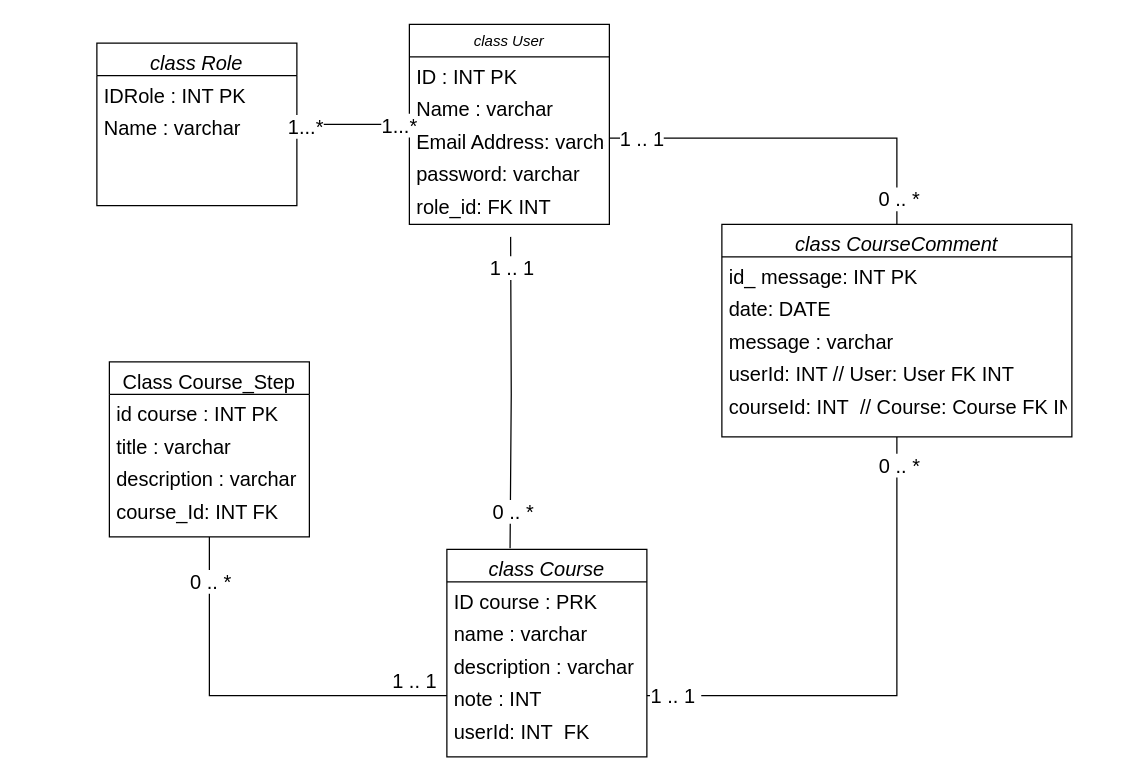
FaroukDev/mooc_project keeps this draw.io diagram as page "Page-1" (1 of 3) of project_diagram/topology_cloud_serverless.drawio. Above is the earlier version. Source tidied: cells renumbered, new cells numbered last; positions are measured from the earlier drawing's top-left corner, leaving out a move shared by most shapes. Both pictures are drawn from the tidied source at 125%, with x=0, y=0 at pixel (96, 24).
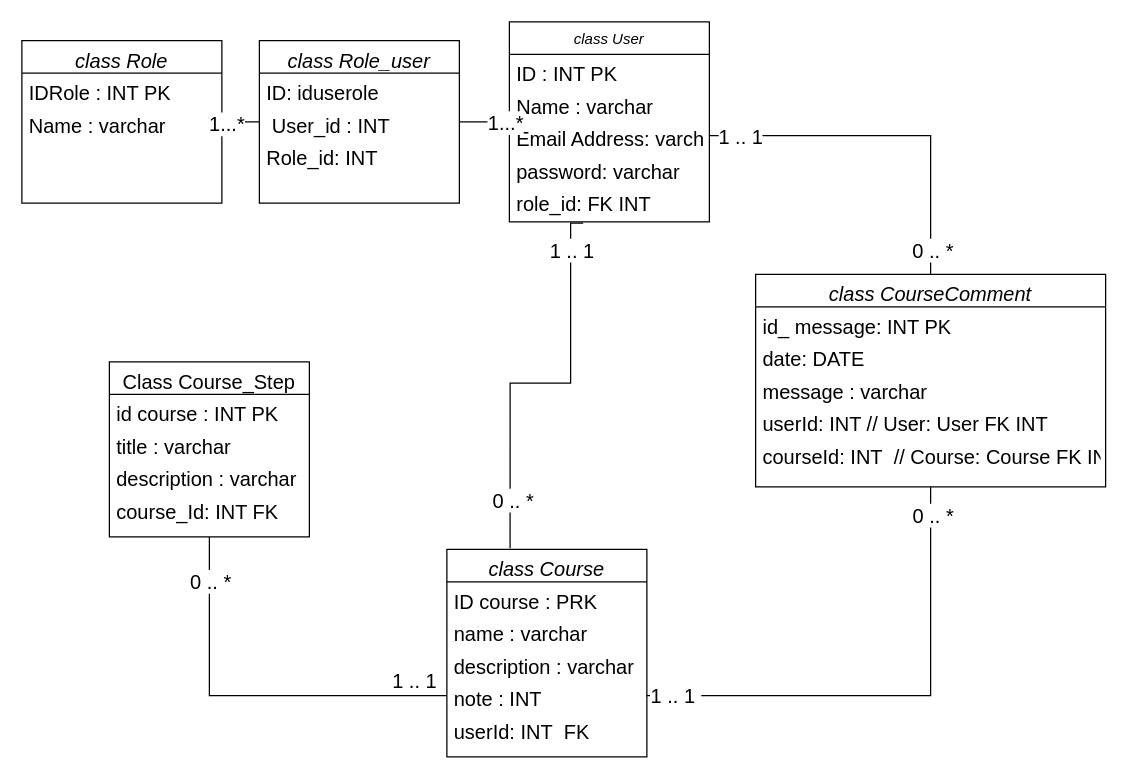
The same page after the edit.

Unchanged cells that the change refers to:
```xml
<mxCell id="7" value="role_id: FK INT" style="text;align=left;verticalAlign=top;spacingLeft=4;spacingRight=4;overflow=hidden;points=[[0,0.5],[1,0.5]];portConstraint=eastwest;rounded=0;shadow=0;html=0;fontSize=16;" parent="2" vertex="1">
  <mxGeometry y="130" width="160" height="26" as="geometry" />
</mxCell>
<mxCell id="8" value="class Course" style="swimlane;fontStyle=2;align=center;verticalAlign=top;horizontal=1;startSize=26;rounded=0;shadow=0;strokeWidth=1;fontSize=16;" parent="1" vertex="1">
  <mxGeometry x="280" y="420" width="160" height="166" as="geometry" />
</mxCell>
<mxCell id="39" value="Name : varchar" style="text;align=left;verticalAlign=top;spacingLeft=4;spacingRight=4;overflow=hidden;points=[[0,0.5],[1,0.5]];portConstraint=eastwest;fontSize=16;" parent="37" vertex="1">
  <mxGeometry y="52" width="160" height="26" as="geometry" />
</mxCell>
```

What changed in the source:
```diff
@@
     <mxCell id="2" value="class User" style="swimlane;fontStyle=2;align=center;verticalAlign=top;horizontal=1;startSize=26;rounded=0;shadow=0;strokeWidth=1;" parent="1" vertex="1">
-      <mxGeometry x="250" width="160" height="160" as="geometry" />
+      <mxGeometry x="330" y="-2" width="160" height="160" as="geometry" />
     </mxCell>
@@
     <mxCell id="17" value="class CourseComment" style="swimlane;fontStyle=2;align=center;verticalAlign=top;horizontal=1;startSize=26;rounded=0;shadow=0;strokeWidth=1;fontSize=16;" parent="1" vertex="1">
-      <mxGeometry x="500" y="160" width="280" height="170" as="geometry" />
+      <mxGeometry x="527" y="200" width="280" height="170" as="geometry" />
     </mxCell>
@@
-    <mxCell id="31" style="edgeStyle=orthogonalEdgeStyle;rounded=0;jettySize=auto;html=1;entryX=0.316;entryY=-0.005;entryDx=0;entryDy=0;entryPerimeter=0;endArrow=none;endFill=0;fontSize=16;" parent="1" edge="1" target="8">
+    <mxCell id="31" style="edgeStyle=orthogonalEdgeStyle;rounded=0;jettySize=auto;html=1;entryX=0.316;entryY=-0.005;entryDx=0;entryDy=0;entryPerimeter=0;endArrow=none;endFill=0;fontSize=16;exitX=0.369;exitY=1.192;exitDx=0;exitDy=0;exitPerimeter=0;" parent="1" edge="1" source="7" target="8">
       <mxGeometry relative="1" as="geometry">
-        <mxPoint x="331" y="170" as="sourcePoint" />
+        <Array as="points">
+          <mxPoint x="379" y="287" />
+          <mxPoint x="331" y="287" />
+        </Array>
       </mxGeometry>
     </mxCell>
@@
     <mxCell id="37" value="class Role" style="swimlane;fontStyle=2;align=center;verticalAlign=top;horizontal=1;startSize=26;rounded=0;shadow=0;strokeWidth=1;fontSize=16;" parent="1" vertex="1">
-      <mxGeometry y="15" width="160" height="130" as="geometry" />
+      <mxGeometry x="-60" y="13" width="160" height="130" as="geometry" />
     </mxCell>
@@
-    <mxCell id="40" style="edgeStyle=orthogonalEdgeStyle;rounded=0;jettySize=auto;html=1;endArrow=none;endFill=0;fontSize=16;" parent="1" edge="1" source="39" target="2">
+    <mxCell id="40" style="edgeStyle=orthogonalEdgeStyle;rounded=0;jettySize=auto;html=1;endArrow=none;endFill=0;fontSize=16;startArrow=none;" parent="1" edge="1" source="43" target="2">
       <mxGeometry relative="1" as="geometry" />
     </mxCell>
+    <mxCell id="42" value="1...*" style="edgeLabel;html=1;align=center;verticalAlign=middle;fontSize=16;" parent="40" vertex="1">
+      <mxGeometry x="0.79" relative="1" as="geometry" />
+    </mxCell>
+    <mxCell id="43" value="class Role_user" style="swimlane;fontStyle=2;align=center;verticalAlign=top;horizontal=1;startSize=26;rounded=0;shadow=0;strokeWidth=1;fontSize=16;" parent="1" vertex="1">
+      <mxGeometry x="130" y="13" width="160" height="130" as="geometry" />
+    </mxCell>
+    <mxCell id="44" value="ID: iduserole" style="text;align=left;verticalAlign=top;spacingLeft=4;spacingRight=4;overflow=hidden;fontSize=16;" parent="43" vertex="1">
+      <mxGeometry y="26" width="160" height="26" as="geometry" />
+    </mxCell>
+    <mxCell id="45" value=" User_id : INT" style="text;align=left;verticalAlign=top;spacingLeft=4;spacingRight=4;overflow=hidden;fontSize=16;" parent="43" vertex="1">
+      <mxGeometry y="52" width="160" height="26" as="geometry" />
+    </mxCell>
+    <mxCell id="46" value="Role_id: INT" style="text;align=left;verticalAlign=top;spacingLeft=4;spacingRight=4;overflow=hidden;fontSize=16;" parent="43" vertex="1">
+      <mxGeometry y="78" width="160" height="26" as="geometry" />
+    </mxCell>
+    <mxCell id="47" style="edgeStyle=orthogonalEdgeStyle;rounded=0;jettySize=auto;html=1;endArrow=none;endFill=0;fontSize=16;" parent="1" edge="1" source="39" target="43">
+      <mxGeometry relative="1" as="geometry" />
+    </mxCell>
-    <mxCell id="41" value="1...*" style="edgeLabel;html=1;align=center;verticalAlign=middle;fontSize=16;" parent="40" vertex="1">
+    <mxCell id="41" value="1...*" style="edgeLabel;html=1;align=center;verticalAlign=middle;fontSize=16;" parent="47" vertex="1">
       <mxGeometry x="-0.87" y="-1" relative="1" as="geometry" />
     </mxCell>
-    <mxCell id="42" value="1...*" style="edgeLabel;html=1;align=center;verticalAlign=middle;fontSize=16;" parent="40" vertex="1">
-      <mxGeometry x="0.79" relative="1" as="geometry" />
-    </mxCell>
```
